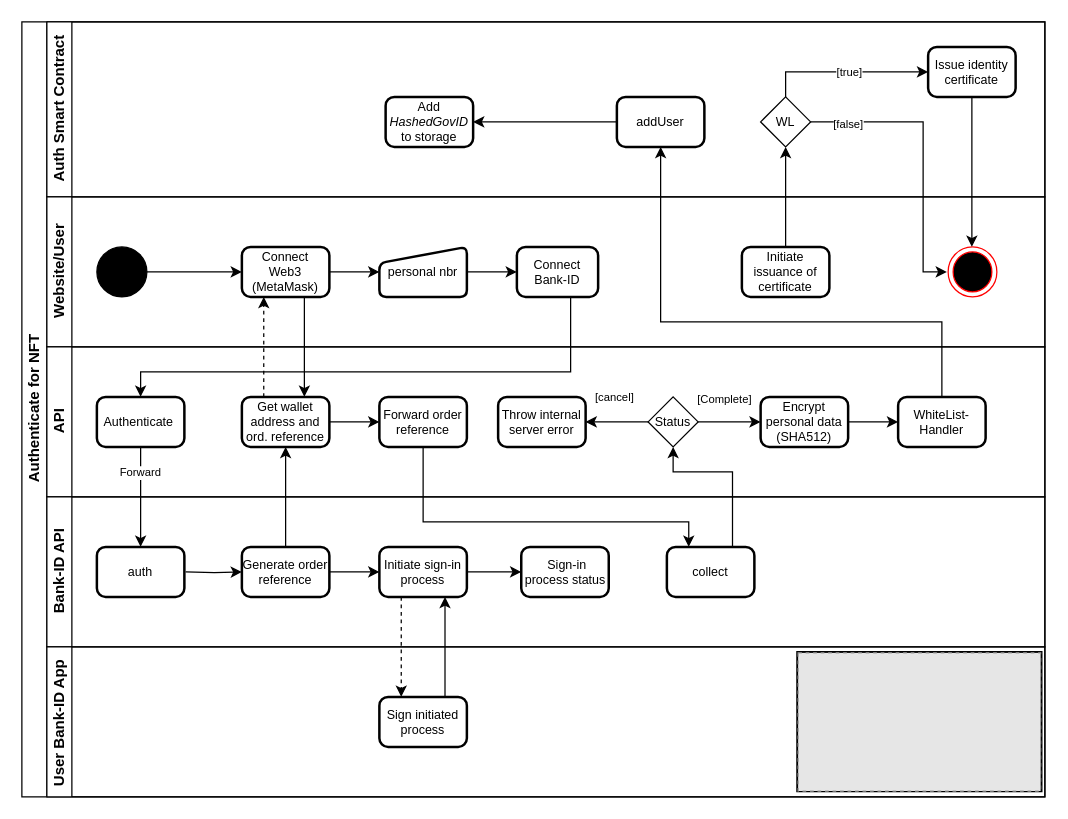
Before: TokanizedBankID.drawio.drawio in PaulMoustakas/Project-T, a draw.io diagram. Source tidied: cells renumbered, new cells numbered last; positions are measured from the earlier drawing's top-left corner, leaving out a move shared by most shapes. Both pictures are drawn from the tidied source at 125%, with x=0, y=0 at pixel (21, 21). Pictures stored in the file or linked from it are replaced by grey dashed boxes.
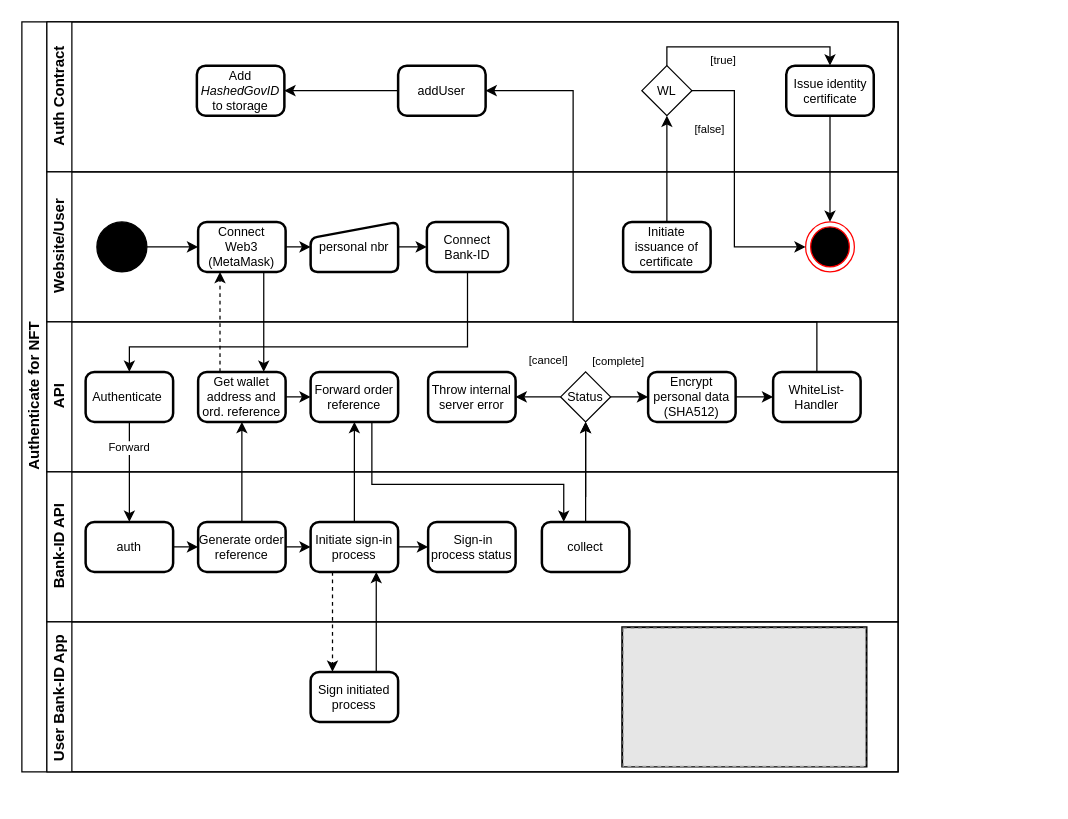
Above is the later version.

The change refers to these unchanged cells:
```xml
<mxCell id="35" style="edgeStyle=orthogonalEdgeStyle;rounded=0;jettySize=auto;html=1;entryX=0;entryY=0.5;entryDx=0;entryDy=0;fontSize=11;exitX=1;exitY=0.5;exitDx=0;exitDy=0;" parent="26" edge="1" source="32" target="29">
  <mxGeometry relative="1" as="geometry" />
</mxCell>
```

Diff of the diagram source:
```diff
@@
     <mxCell id="2" value="Authenticate for NFT" style="swimlane;html=1;horizontal=0;startSize=20;" parent="1" vertex="1">
-      <mxGeometry width="818.4" height="620" as="geometry" />
+      <mxGeometry width="701" height="600" as="geometry" />
     </mxCell>
     <mxCell id="3" style="edgeStyle=orthogonalEdgeStyle;rounded=0;jettySize=auto;html=1;fontSize=7;exitX=0.5;exitY=1;exitDx=0;exitDy=0;entryX=0.5;entryY=0;entryDx=0;entryDy=0;" parent="2" edge="1" source="27" target="41">
       <mxGeometry relative="1" as="geometry">
         <Array as="points">
-          <mxPoint x="95" y="350" />
-          <mxPoint x="95" y="350" />
+          <mxPoint x="86" y="370" />
+          <mxPoint x="86" y="370" />
         </Array>
       </mxGeometry>
     </mxCell>
@@
-    <mxCell id="5" style="edgeStyle=orthogonalEdgeStyle;rounded=0;jettySize=auto;html=1;exitX=0.5;exitY=1;exitDx=0;exitDy=0;entryX=0.5;entryY=0;entryDx=0;entryDy=0;fontSize=8;" parent="2" edge="1" source="21" target="27">
+    <mxCell id="5" style="edgeStyle=orthogonalEdgeStyle;rounded=0;jettySize=auto;html=1;entryX=0.5;entryY=0;entryDx=0;entryDy=0;fontSize=8;exitX=0.5;exitY=1;exitDx=0;exitDy=0;" parent="2" edge="1" source="21" target="27">
       <mxGeometry relative="1" as="geometry">
         <Array as="points">
-          <mxPoint x="439" y="220" />
-          <mxPoint x="439" y="280" />
-          <mxPoint x="95" y="280" />
+          <mxPoint x="357" y="260" />
+          <mxPoint x="86" y="260" />
         </Array>
       </mxGeometry>
     </mxCell>
@@
-    <mxCell id="7" value="Auth Smart Contract" style="swimlane;html=1;startSize=20;horizontal=0;" parent="2" vertex="1">
-      <mxGeometry x="20" width="798.4" height="140" as="geometry" />
+    <mxCell id="7" value="Auth Contract" style="swimlane;html=1;startSize=20;horizontal=0;" parent="2" vertex="1">
+      <mxGeometry x="20" width="681" height="120" as="geometry" />
     </mxCell>
     <mxCell id="8" value="&lt;font style=&quot;font-size: 10px&quot;&gt;WL&lt;/font&gt;" style="rhombus;whiteSpace=wrap;html=1;fontFamily=Helvetica;fontSize=12;fontColor=#000000;align=center;" parent="7" vertex="1">
-      <mxGeometry x="571" y="60" width="40" height="40" as="geometry" />
+      <mxGeometry x="476" y="35" width="40" height="40" as="geometry" />
     </mxCell>
     <mxCell id="9" style="edgeStyle=orthogonalEdgeStyle;rounded=0;jettySize=auto;html=1;fontSize=7;strokeColor=default;entryX=1;entryY=0.5;entryDx=0;entryDy=0;exitX=0;exitY=0.5;exitDx=0;exitDy=0;" parent="7" edge="1" source="10" target="11">
       <mxGeometry relative="1" as="geometry">
         <Array as="points">
-          <mxPoint x="371" y="80" />
+          <mxPoint x="240" y="55" />
+          <mxPoint x="240" y="55" />
         </Array>
       </mxGeometry>
     </mxCell>
     <mxCell id="10" value="&lt;span style=&quot;font-size: 10px&quot;&gt;addUser&lt;/span&gt;" style="rounded=1;html=1;absoluteArcSize=1;arcSize=14;strokeWidth=2;fontSize=7;whiteSpace=wrap;" parent="7" vertex="1">
-      <mxGeometry x="456" y="60" width="70" height="40" as="geometry" />
+      <mxGeometry x="281" y="35" width="70" height="40" as="geometry" />
     </mxCell>
     <mxCell id="11" value="&lt;span style=&quot;font-size: 10px&quot;&gt;Add &lt;i&gt;HashedGovID&lt;/i&gt;&lt;br&gt;to storage&lt;br&gt;&lt;/span&gt;" style="rounded=1;html=1;absoluteArcSize=1;arcSize=14;strokeWidth=2;fontSize=7;whiteSpace=wrap;" parent="7" vertex="1">
-      <mxGeometry x="271" y="60" width="70" height="40" as="geometry" />
+      <mxGeometry x="120" y="35" width="70" height="40" as="geometry" />
     </mxCell>
     <mxCell id="12" value="&lt;font style=&quot;font-size: 10px&quot;&gt;Issue identity certificate&lt;/font&gt;" style="rounded=1;html=1;absoluteArcSize=1;arcSize=14;strokeWidth=2;fontSize=7;whiteSpace=wrap;" parent="7" vertex="1">
-      <mxGeometry x="705" y="20" width="70" height="40" as="geometry" />
+      <mxGeometry x="591.5" y="35" width="70" height="40" as="geometry" />
     </mxCell>
-    <mxCell id="13" style="edgeStyle=orthogonalEdgeStyle;rounded=0;jettySize=auto;html=1;fontSize=7;exitX=0.5;exitY=0;exitDx=0;exitDy=0;entryX=0;entryY=0.5;entryDx=0;entryDy=0;" parent="7" edge="1" source="8" target="12">
-      <mxGeometry relative="1" as="geometry" />
+    <mxCell id="13" style="edgeStyle=orthogonalEdgeStyle;rounded=0;jettySize=auto;html=1;fontSize=7;exitX=0.5;exitY=0;exitDx=0;exitDy=0;entryX=0.5;entryY=0;entryDx=0;entryDy=0;" parent="7" edge="1" source="8" target="12">
+      <mxGeometry relative="1" as="geometry">
+        <Array as="points">
+          <mxPoint x="496" y="20" />
+          <mxPoint x="627" y="20" />
+        </Array>
+      </mxGeometry>
     </mxCell>
     <mxCell id="14" value="&lt;font style=&quot;font-size: 9px&quot;&gt;[true]&lt;/font&gt;" style="edgeLabel;html=1;align=center;verticalAlign=middle;fontSize=7;" parent="13" vertex="1">
       <mxGeometry x="-0.38" y="-1" relative="1" as="geometry">
-        <mxPoint x="28" y="-1" as="offset" />
+        <mxPoint x="9" y="9" as="offset" />
       </mxGeometry>
     </mxCell>
+    <mxCell id="25" style="edgeStyle=orthogonalEdgeStyle;rounded=0;jettySize=auto;html=1;fontSize=7;strokeColor=default;exitX=0.5;exitY=0;exitDx=0;exitDy=0;entryX=1;entryY=0.5;entryDx=0;entryDy=0;" parent="2" edge="1" source="37" target="10">
+      <mxGeometry relative="1" as="geometry">
+        <Array as="points">
+          <mxPoint x="636" y="240" />
+          <mxPoint x="441" y="240" />
+          <mxPoint x="441" y="55" />
+        </Array>
+      </mxGeometry>
+    </mxCell>
     <mxCell id="15" value="Website/User" style="swimlane;html=1;startSize=20;horizontal=0;" parent="2" vertex="1">
-      <mxGeometry x="20" y="140" width="798.4" height="120" as="geometry" />
+      <mxGeometry x="20" y="120" width="681" height="120" as="geometry" />
     </mxCell>
@@
     <mxCell id="18" value="&lt;font style=&quot;font-size: 10px&quot;&gt;Connect&lt;br&gt;Web3&lt;br&gt;(MetaMask)&lt;/font&gt;" style="rounded=1;html=1;absoluteArcSize=1;arcSize=14;strokeWidth=2;fontSize=7;whiteSpace=wrap;" parent="15" vertex="1">
-      <mxGeometry x="156" y="40" width="70" height="40" as="geometry" />
+      <mxGeometry x="121" y="40" width="70" height="40" as="geometry" />
     </mxCell>
@@
     <mxCell id="21" value="&lt;font style=&quot;font-size: 10px&quot;&gt;Connect&lt;br&gt;Bank-ID&lt;/font&gt;" style="rounded=1;html=1;absoluteArcSize=1;arcSize=14;strokeWidth=2;fontSize=7;whiteSpace=wrap;" parent="15" vertex="1">
-      <mxGeometry x="376" y="40" width="65" height="40" as="geometry" />
+      <mxGeometry x="304" y="40" width="65" height="40" as="geometry" />
     </mxCell>
     <mxCell id="22" value="&lt;font style=&quot;font-size: 10px&quot;&gt;personal nbr&lt;/font&gt;" style="html=1;strokeWidth=2;shape=manualInput;whiteSpace=wrap;rounded=1;size=13;arcSize=11;fontSize=7;" parent="15" vertex="1">
-      <mxGeometry x="266" y="40" width="70" height="40" as="geometry" />
+      <mxGeometry x="211" y="40" width="70" height="40" as="geometry" />
     </mxCell>
     <mxCell id="23" value="&lt;font style=&quot;font-size: 10px&quot;&gt;Initiate issuance of certificate&lt;/font&gt;" style="rounded=1;html=1;absoluteArcSize=1;arcSize=14;strokeWidth=2;fontSize=7;whiteSpace=wrap;" parent="15" vertex="1">
-      <mxGeometry x="556" y="40" width="70" height="40" as="geometry" />
+      <mxGeometry x="461" y="40" width="70" height="40" as="geometry" />
     </mxCell>
     <mxCell id="24" style="ellipse;html=1;shape=endState;fillColor=#000000;strokeColor=#ff0000;fontSize=9;" parent="15" vertex="1">
-      <mxGeometry x="721" y="40" width="39" height="40" as="geometry" />
+      <mxGeometry x="607" y="40" width="39" height="40" as="geometry" />
     </mxCell>
-    <mxCell id="25" style="edgeStyle=orthogonalEdgeStyle;rounded=0;jettySize=auto;html=1;entryX=0.5;entryY=1;entryDx=0;entryDy=0;fontSize=7;strokeColor=default;exitX=0.5;exitY=0;exitDx=0;exitDy=0;" parent="2" edge="1" source="37" target="10">
-      <mxGeometry relative="1" as="geometry">
-        <Array as="points">
-          <mxPoint x="736" y="240" />
-          <mxPoint x="511" y="240" />
-        </Array>
-      </mxGeometry>
-    </mxCell>
     <mxCell id="26" value="API" style="swimlane;html=1;startSize=20;horizontal=0;" parent="2" vertex="1">
-      <mxGeometry x="20" y="260" width="798.4" height="120" as="geometry" />
+      <mxGeometry x="20" y="240" width="681" height="120" as="geometry" />
     </mxCell>
     <mxCell id="27" value="&lt;font style=&quot;font-size: 10px&quot;&gt;Authenticate&amp;nbsp;&lt;/font&gt;" style="rounded=1;html=1;absoluteArcSize=1;arcSize=14;strokeWidth=2;fontSize=7;whiteSpace=wrap;" parent="26" vertex="1">
-      <mxGeometry x="40" y="40" width="70" height="40" as="geometry" />
+      <mxGeometry x="31" y="40" width="70" height="40" as="geometry" />
     </mxCell>
@@
     <mxCell id="29" value="&lt;font style=&quot;font-size: 10px&quot;&gt;Encrypt personal data&lt;br&gt;(SHA512)&lt;br&gt;&lt;/font&gt;" style="rounded=1;html=1;absoluteArcSize=1;arcSize=14;strokeWidth=2;fontSize=7;whiteSpace=wrap;" parent="26" vertex="1">
-      <mxGeometry x="571" y="40" width="70" height="40" as="geometry" />
+      <mxGeometry x="481" y="40" width="70" height="40" as="geometry" />
     </mxCell>
     <mxCell id="30" value="&lt;font style=&quot;font-size: 10px&quot;&gt;Forward order reference&lt;/font&gt;" style="rounded=1;html=1;absoluteArcSize=1;arcSize=14;strokeWidth=2;fontSize=7;whiteSpace=wrap;" parent="26" vertex="1">
-      <mxGeometry x="266" y="40" width="70" height="40" as="geometry" />
+      <mxGeometry x="211" y="40" width="70" height="40" as="geometry" />
     </mxCell>
-    <mxCell id="31" value="&lt;font style=&quot;font-size: 9px&quot;&gt;[cancel]&lt;/font&gt;" style="edgeStyle=orthogonalEdgeStyle;rounded=0;jettySize=auto;html=1;entryX=1;entryY=0.5;entryDx=0;entryDy=0;fontSize=10;strokeColor=default;" parent="26" edge="1" source="32" target="38">
-      <mxGeometry x="0.08" y="-20" relative="1" as="geometry" />
+    <mxCell id="31" value="&lt;font style=&quot;font-size: 9px&quot;&gt;[cancel]&lt;/font&gt;" style="edgeStyle=orthogonalEdgeStyle;rounded=0;jettySize=auto;html=1;fontSize=10;strokeColor=default;exitX=0;exitY=0.5;exitDx=0;exitDy=0;entryX=1;entryY=0.5;entryDx=0;entryDy=0;" parent="26" edge="1" source="32" target="38">
+      <mxGeometry x="-0.44" y="-30" relative="1" as="geometry" />
     </mxCell>
     <mxCell id="32" value="&lt;font style=&quot;font-size: 10px&quot;&gt;Status&lt;/font&gt;" style="rhombus;whiteSpace=wrap;html=1;fontFamily=Helvetica;fontSize=12;fontColor=#000000;align=center;" parent="26" vertex="1">
-      <mxGeometry x="481" y="40" width="40" height="40" as="geometry" />
+      <mxGeometry x="411" y="40" width="40" height="40" as="geometry" />
     </mxCell>
@@
     <mxCell id="34" value="&lt;font style=&quot;font-size: 10px&quot;&gt;Get wallet address and ord. reference&lt;/font&gt;" style="rounded=1;html=1;absoluteArcSize=1;arcSize=14;strokeWidth=2;fontSize=7;whiteSpace=wrap;" parent="26" vertex="1">
-      <mxGeometry x="156" y="40" width="70" height="40" as="geometry" />
+      <mxGeometry x="121" y="40" width="70" height="40" as="geometry" />
     </mxCell>
+    <mxCell id="37" value="&lt;font style=&quot;font-size: 10px&quot;&gt;WhiteList-Handler&lt;/font&gt;" style="rounded=1;html=1;absoluteArcSize=1;arcSize=14;strokeWidth=2;fontSize=7;whiteSpace=wrap;" parent="26" vertex="1">
+      <mxGeometry x="581" y="40" width="70" height="40" as="geometry" />
+    </mxCell>
+    <mxCell id="38" value="&lt;span style=&quot;font-size: 10px&quot;&gt;Throw internal server error&lt;/span&gt;" style="rounded=1;html=1;absoluteArcSize=1;arcSize=14;strokeWidth=2;fontSize=7;whiteSpace=wrap;" parent="26" vertex="1">
+      <mxGeometry x="305" y="40" width="70" height="40" as="geometry" />
+    </mxCell>
@@
-    <mxCell id="36" value="&lt;font style=&quot;font-size: 9px&quot;&gt;&lt;span&gt;[&lt;/span&gt;&lt;font style=&quot;font-size: 9px&quot;&gt;Complete&lt;/font&gt;&lt;span&gt;]&lt;/span&gt;&lt;/font&gt;" style="edgeLabel;html=1;align=center;verticalAlign=middle;fontSize=11;" parent="35" vertex="1">
+    <mxCell id="36" value="&lt;font style=&quot;font-size: 9px&quot;&gt;&lt;span&gt;[c&lt;/span&gt;&lt;font style=&quot;font-size: 9px&quot;&gt;omplete&lt;/font&gt;&lt;span&gt;]&lt;/span&gt;&lt;/font&gt;" style="edgeLabel;html=1;align=center;verticalAlign=middle;fontSize=11;" parent="35" vertex="1">
       <mxGeometry x="-0.39" y="2" relative="1" as="geometry">
-        <mxPoint x="5" y="-18" as="offset" />
+        <mxPoint x="-4" y="-28" as="offset" />
       </mxGeometry>
     </mxCell>
-    <mxCell id="37" value="&lt;font style=&quot;font-size: 10px&quot;&gt;WhiteList-Handler&lt;/font&gt;" style="rounded=1;html=1;absoluteArcSize=1;arcSize=14;strokeWidth=2;fontSize=7;whiteSpace=wrap;" parent="26" vertex="1">
-      <mxGeometry x="681" y="40" width="70" height="40" as="geometry" />
-    </mxCell>
-    <mxCell id="38" value="&lt;span style=&quot;font-size: 10px&quot;&gt;Throw internal server error&lt;/span&gt;" style="rounded=1;html=1;absoluteArcSize=1;arcSize=14;strokeWidth=2;fontSize=7;whiteSpace=wrap;" parent="26" vertex="1">
-      <mxGeometry x="361" y="40" width="70" height="40" as="geometry" />
-    </mxCell>
     <mxCell id="39" value="Bank-ID API" style="swimlane;html=1;startSize=20;horizontal=0;" parent="2" vertex="1">
-      <mxGeometry x="20" y="380" width="798.4" height="120" as="geometry" />
+      <mxGeometry x="20" y="360" width="681" height="120" as="geometry" />
     </mxCell>
-    <mxCell id="40" style="edgeStyle=orthogonalEdgeStyle;rounded=0;jettySize=auto;html=1;entryX=0;entryY=0.5;entryDx=0;entryDy=0;fontSize=11;" parent="39" edge="1" target="46">
-      <mxGeometry relative="1" as="geometry">
-        <mxPoint x="111" y="60" as="sourcePoint" />
-      </mxGeometry>
+    <mxCell id="40" style="edgeStyle=orthogonalEdgeStyle;rounded=0;jettySize=auto;html=1;entryX=0;entryY=0.5;entryDx=0;entryDy=0;fontSize=11;exitX=1;exitY=0.5;exitDx=0;exitDy=0;" parent="39" edge="1" source="41" target="46">
+      <mxGeometry relative="1" as="geometry" />
     </mxCell>
     <mxCell id="41" value="&lt;font style=&quot;font-size: 10px&quot;&gt;auth&lt;/font&gt;" style="rounded=1;html=1;absoluteArcSize=1;arcSize=14;strokeWidth=2;fontSize=7;whiteSpace=wrap;" parent="39" vertex="1">
-      <mxGeometry x="40" y="40" width="70" height="40" as="geometry" />
+      <mxGeometry x="31" y="40" width="70" height="40" as="geometry" />
     </mxCell>
     <mxCell id="42" value="&lt;font style=&quot;font-size: 10px&quot;&gt;&amp;nbsp;Sign-in process status&lt;/font&gt;" style="rounded=1;html=1;absoluteArcSize=1;arcSize=14;strokeWidth=2;fontSize=7;whiteSpace=wrap;" parent="39" vertex="1">
-      <mxGeometry x="379.5" y="40" width="70" height="40" as="geometry" />
+      <mxGeometry x="305" y="40" width="70" height="40" as="geometry" />
     </mxCell>
@@
     <mxCell id="44" value="&lt;font style=&quot;font-size: 10px&quot;&gt;Initiate sign-in process&lt;/font&gt;" style="rounded=1;html=1;absoluteArcSize=1;arcSize=14;strokeWidth=2;fontSize=7;whiteSpace=wrap;" parent="39" vertex="1">
-      <mxGeometry x="266" y="40" width="70" height="40" as="geometry" />
+      <mxGeometry x="211" y="40" width="70" height="40" as="geometry" />
     </mxCell>
@@
     <mxCell id="46" value="&lt;font style=&quot;font-size: 10px&quot;&gt;Generate order reference&lt;/font&gt;" style="rounded=1;html=1;absoluteArcSize=1;arcSize=14;strokeWidth=2;fontSize=7;whiteSpace=wrap;" parent="39" vertex="1">
-      <mxGeometry x="156" y="40" width="70" height="40" as="geometry" />
+      <mxGeometry x="121" y="40" width="70" height="40" as="geometry" />
     </mxCell>
     <mxCell id="47" value="&lt;font style=&quot;font-size: 10px&quot;&gt;collect&lt;/font&gt;" style="rounded=1;html=1;absoluteArcSize=1;arcSize=14;strokeWidth=2;fontSize=7;whiteSpace=wrap;" parent="39" vertex="1">
-      <mxGeometry x="496" y="40" width="70" height="40" as="geometry" />
+      <mxGeometry x="396" y="40" width="70" height="40" as="geometry" />
     </mxCell>
     <mxCell id="48" value="User Bank-ID App&amp;nbsp;" style="swimlane;html=1;startSize=20;horizontal=0;" parent="2" vertex="1">
-      <mxGeometry x="20" y="500" width="798.4" height="120" as="geometry" />
+      <mxGeometry x="20" y="480" width="681" height="120" as="geometry" />
     </mxCell>
     <mxCell id="49" value="&lt;font style=&quot;font-size: 10px&quot;&gt;Sign initiated process&lt;/font&gt;" style="rounded=1;html=1;absoluteArcSize=1;arcSize=14;strokeWidth=2;fontSize=7;whiteSpace=wrap;" parent="48" vertex="1">
-      <mxGeometry x="266" y="40" width="70" height="40" as="geometry" />
+      <mxGeometry x="211" y="40" width="70" height="40" as="geometry" />
     </mxCell>
     <mxCell id="50" style="rounded=0;whiteSpace=wrap;html=1;strokeWidth=3;fillColor=#000000;" parent="48" vertex="1">
-      <mxGeometry x="601" y="4.8" width="194" height="110" as="geometry" />
+      <mxGeometry x="461" y="5" width="194" height="110" as="geometry" />
     </mxCell>
     <mxCell id="51" style="fillColor=#E6E6E6;strokeColor=#999999;dashed=1;verticalLabelPosition=bottom;labelBackgroundColor=default;verticalAlign=top;" parent="48" vertex="1">
-      <mxGeometry x="601" y="4.8" width="194" height="110.5" as="geometry" />
+      <mxGeometry x="461" y="5" width="194" height="110.5" as="geometry" />
     </mxCell>
     <mxCell id="52" style="edgeStyle=orthogonalEdgeStyle;rounded=0;jettySize=auto;html=1;exitX=0.5;exitY=0;exitDx=0;exitDy=0;entryX=0.5;entryY=1;entryDx=0;entryDy=0;fontSize=11;" parent="2" edge="1" source="46" target="34">
       <mxGeometry relative="1" as="geometry">
         <Array as="points">
-          <mxPoint x="211" y="350" />
-          <mxPoint x="211" y="350" />
+          <mxPoint x="176" y="380" />
+          <mxPoint x="176" y="380" />
         </Array>
       </mxGeometry>
     </mxCell>
     <mxCell id="53" style="edgeStyle=orthogonalEdgeStyle;rounded=0;jettySize=auto;html=1;fontSize=11;exitX=0.75;exitY=1;exitDx=0;exitDy=0;" parent="2" edge="1" source="18" target="34">
       <mxGeometry relative="1" as="geometry">
         <Array as="points">
-          <mxPoint x="226" y="220" />
+          <mxPoint x="194" y="250" />
+          <mxPoint x="194" y="250" />
         </Array>
       </mxGeometry>
     </mxCell>
-    <mxCell id="54" style="edgeStyle=orthogonalEdgeStyle;rounded=0;jettySize=auto;html=1;fontSize=11;exitX=0.5;exitY=1;exitDx=0;exitDy=0;entryX=0.25;entryY=0;entryDx=0;entryDy=0;" parent="2" edge="1" source="30" target="47">
+    <mxCell id="54" style="edgeStyle=orthogonalEdgeStyle;rounded=0;jettySize=auto;html=1;fontSize=11;entryX=0.25;entryY=0;entryDx=0;entryDy=0;" parent="2" edge="1" target="47">
       <mxGeometry relative="1" as="geometry">
+        <mxPoint x="280" y="320" as="sourcePoint" />
         <Array as="points">
-          <mxPoint x="321" y="400" />
-          <mxPoint x="534" y="400" />
+          <mxPoint x="280" y="320" />
+          <mxPoint x="280" y="370" />
+          <mxPoint x="434" y="370" />
         </Array>
       </mxGeometry>
     </mxCell>
@@
-    <mxCell id="56" style="edgeStyle=orthogonalEdgeStyle;rounded=0;jettySize=auto;html=1;exitX=0.75;exitY=0;exitDx=0;exitDy=0;fontSize=11;entryX=0.5;entryY=1;entryDx=0;entryDy=0;" parent="2" edge="1" source="47" target="32">
+    <mxCell id="56" style="edgeStyle=orthogonalEdgeStyle;rounded=0;jettySize=auto;html=1;fontSize=11;entryX=0.5;entryY=1;entryDx=0;entryDy=0;" parent="2" edge="1" target="32">
       <mxGeometry relative="1" as="geometry">
+        <mxPoint x="451" y="380" as="sourcePoint" />
         <Array as="points">
-          <mxPoint x="569" y="360" />
-          <mxPoint x="521" y="360" />
+          <mxPoint x="451" y="350" />
+          <mxPoint x="451" y="350" />
         </Array>
       </mxGeometry>
     </mxCell>
@@
     <mxCell id="58" style="edgeStyle=orthogonalEdgeStyle;rounded=0;jettySize=auto;html=1;exitX=0.5;exitY=0;exitDx=0;exitDy=0;entryX=0.5;entryY=1;entryDx=0;entryDy=0;fontSize=10;strokeColor=default;" parent="2" edge="1" source="23" target="8">
       <mxGeometry relative="1" as="geometry">
         <Array as="points">
-          <mxPoint x="611" y="180" />
+          <mxPoint x="516" y="130" />
+          <mxPoint x="516" y="130" />
         </Array>
       </mxGeometry>
     </mxCell>
-    <mxCell id="59" style="edgeStyle=orthogonalEdgeStyle;rounded=0;jettySize=auto;html=1;entryX=0.5;entryY=0;entryDx=0;entryDy=0;fontSize=10;strokeColor=default;" parent="2" edge="1" source="12">
-      <mxGeometry relative="1" as="geometry">
-        <mxPoint x="760" y="180" as="targetPoint" />
-      </mxGeometry>
+    <mxCell id="59" style="edgeStyle=orthogonalEdgeStyle;rounded=0;jettySize=auto;html=1;entryX=0.5;entryY=0;entryDx=0;entryDy=0;fontSize=10;strokeColor=default;exitX=0.5;exitY=1;exitDx=0;exitDy=0;" parent="2" edge="1" source="12" target="24">
+      <mxGeometry relative="1" as="geometry" />
     </mxCell>
-    <mxCell id="60" style="edgeStyle=orthogonalEdgeStyle;rounded=0;jettySize=auto;html=1;entryX=0;entryY=0.5;entryDx=0;entryDy=0;fontSize=10;strokeColor=default;" parent="2" edge="1" source="8">
+    <mxCell id="60" style="edgeStyle=orthogonalEdgeStyle;rounded=0;jettySize=auto;html=1;fontSize=10;strokeColor=default;entryX=0;entryY=0.5;entryDx=0;entryDy=0;" parent="2" edge="1" source="8" target="24">
       <mxGeometry relative="1" as="geometry">
-        <mxPoint x="740" y="200" as="targetPoint" />
         <Array as="points">
-          <mxPoint x="721" y="80" />
-          <mxPoint x="721" y="200" />
+          <mxPoint x="570" y="55" />
+          <mxPoint x="570" y="180" />
         </Array>
       </mxGeometry>
     </mxCell>
     <mxCell id="61" value="&lt;font style=&quot;font-size: 9px&quot;&gt;[false]&lt;/font&gt;" style="edgeLabel;html=1;align=center;verticalAlign=middle;fontSize=10;" parent="60" vertex="1">
       <mxGeometry x="-0.42" y="3" relative="1" as="geometry">
-        <mxPoint x="-37" y="3" as="offset" />
+        <mxPoint x="-24" as="offset" />
       </mxGeometry>
     </mxCell>
+    <mxCell id="62" style="edgeStyle=orthogonalEdgeStyle;rounded=0;jettySize=auto;html=1;" parent="2" edge="1" source="44" target="30">
+      <mxGeometry relative="1" as="geometry" />
+    </mxCell>
+    <mxCell id="63" style="edgeStyle=orthogonalEdgeStyle;rounded=0;jettySize=auto;html=1;exitX=0.5;exitY=0;exitDx=0;exitDy=0;" parent="2" edge="1" source="47" target="32">
+      <mxGeometry relative="1" as="geometry" />
+    </mxCell>
```
